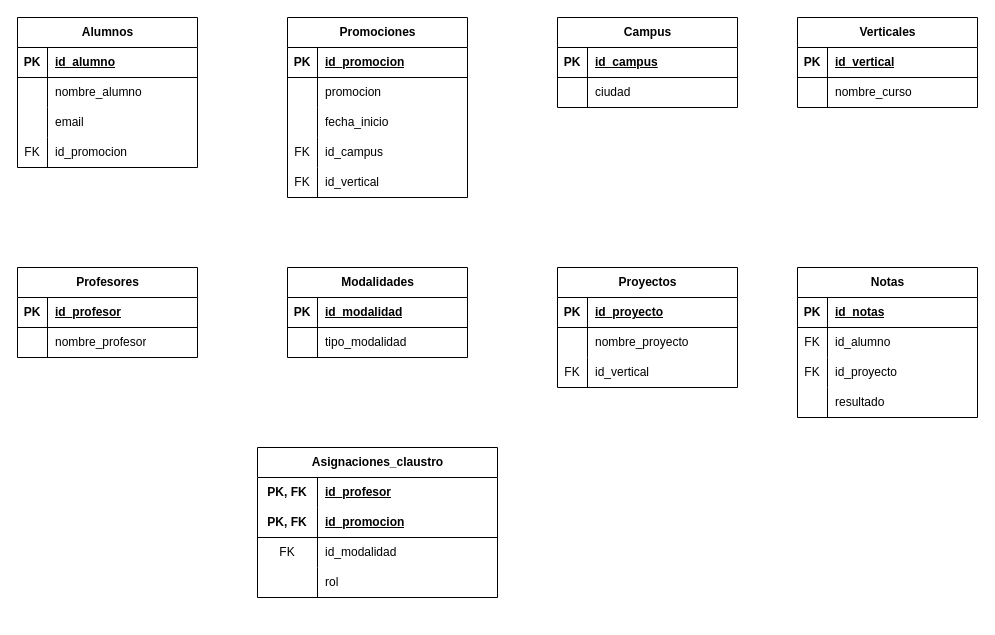
Before: page "MODELO_LOGICO" (1 of 2) of modelo-diagrama.drawio in pablo-droid/proyecto_sql_noviembre, a draw.io diagram. Source tidied: cells renumbered, new cells numbered last; positions are measured from the earlier drawing's top-left corner, leaving out a move shared by most shapes. Both pictures are drawn from the tidied source at 100%, with x=0, y=0 at pixel (17, 17).
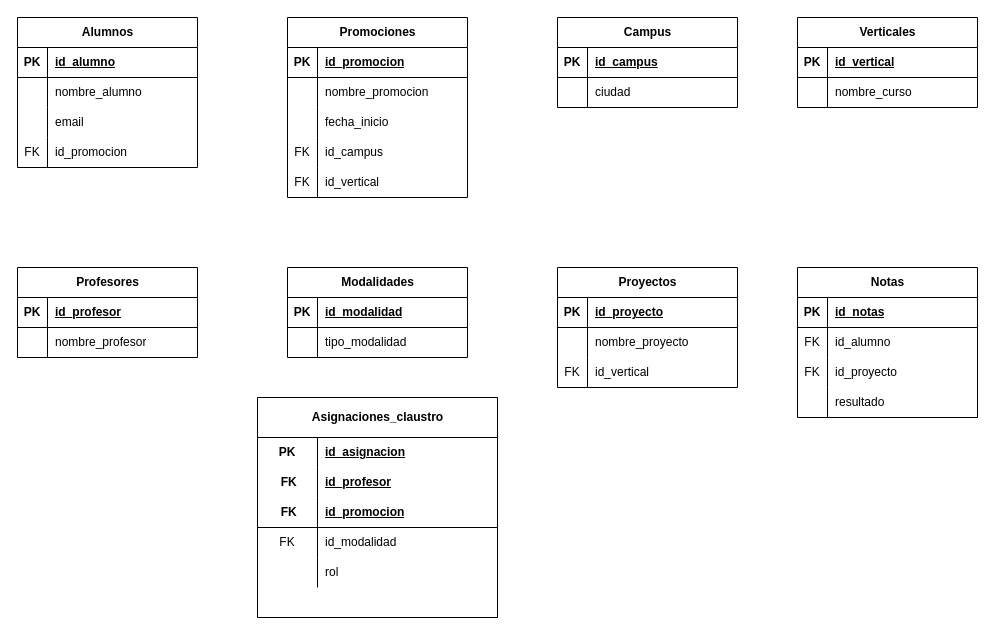
Above is the later version.

The change refers to these unchanged cells:
```xml
<mxCell id="19" style="shape=tableRow;horizontal=0;startSize=0;swimlaneHead=0;swimlaneBody=0;fillColor=none;top=0;left=0;right=0;bottom=0;" parent="15" vertex="1">
  <mxGeometry y="60" width="180" height="30" as="geometry" />
</mxCell>
```

Change to the diagram source:
```diff
@@
-    <mxCell id="21" value="promocion" style="shape=partialRectangle;fillColor=none;top=0;left=0;bottom=0;right=0;align=left;spacingLeft=6;overflow=hidden;whiteSpace=wrap;html=1;" parent="19" vertex="1">
+    <mxCell id="21" value="nombre_promocion" style="shape=partialRectangle;fillColor=none;top=0;left=0;bottom=0;right=0;align=left;spacingLeft=6;overflow=hidden;whiteSpace=wrap;html=1;" parent="19" vertex="1">
       <mxGeometry x="30" width="150" height="30" as="geometry" />
     </mxCell>
@@
-    <mxCell id="82" value="Asignaciones_claustro" style="shape=table;startSize=30;childLayout=tableLayout;rowLines=0;fontStyle=1;align=center;html=1;" parent="1" vertex="1">
-      <mxGeometry x="240" y="430" width="240" height="150" as="geometry" />
+    <mxCell id="82" value="Asignaciones_claustro" style="shape=table;startSize=40;childLayout=tableLayout;rowLines=0;fontStyle=1;align=center;html=1;" parent="1" vertex="1">
+      <mxGeometry x="240" y="380" width="240" height="220" as="geometry" />
     </mxCell>
+    <mxCell id="95" style="shape=tableRow;horizontal=0;startSize=0;swimlaneHead=0;swimlaneBody=0;fillColor=none;top=0;left=0;right=0;bottom=0;" parent="82" vertex="1">
+      <mxGeometry y="40" width="240" height="30" as="geometry" />
+    </mxCell>
+    <mxCell id="96" value="PK" style="shape=partialRectangle;fillColor=none;top=0;left=0;bottom=0;right=0;fontStyle=1;overflow=hidden;whiteSpace=wrap;html=1;" parent="95" vertex="1">
+      <mxGeometry width="60" height="30" as="geometry" />
+    </mxCell>
+    <mxCell id="97" value="id_asignacion" style="shape=partialRectangle;fillColor=none;top=0;left=0;bottom=0;right=0;align=left;spacingLeft=6;fontStyle=5;overflow=hidden;whiteSpace=wrap;html=1;" parent="95" vertex="1">
+      <mxGeometry x="60" width="180" height="30" as="geometry" />
+    </mxCell>
     <mxCell id="83" style="shape=tableRow;horizontal=0;startSize=0;swimlaneHead=0;swimlaneBody=0;fillColor=none;top=0;left=0;right=0;bottom=0;" parent="82" vertex="1">
-      <mxGeometry y="30" width="240" height="30" as="geometry" />
+      <mxGeometry y="70" width="240" height="30" as="geometry" />
     </mxCell>
-    <mxCell id="84" value="PK, FK" style="shape=partialRectangle;fillColor=none;top=0;left=0;bottom=0;right=0;fontStyle=1;overflow=hidden;whiteSpace=wrap;html=1;" parent="83" vertex="1">
+    <mxCell id="84" value="&amp;nbsp;FK" style="shape=partialRectangle;fillColor=none;top=0;left=0;bottom=0;right=0;fontStyle=1;overflow=hidden;whiteSpace=wrap;html=1;" parent="83" vertex="1">
       <mxGeometry width="60" height="30" as="geometry" />
     </mxCell>
@@
     <mxCell id="86" style="shape=tableRow;horizontal=0;startSize=0;swimlaneHead=0;swimlaneBody=0;fillColor=none;top=0;left=0;right=0;bottom=1;" parent="82" vertex="1">
-      <mxGeometry y="60" width="240" height="30" as="geometry" />
+      <mxGeometry y="100" width="240" height="30" as="geometry" />
     </mxCell>
-    <mxCell id="87" value="PK, FK" style="shape=partialRectangle;fillColor=none;top=0;left=0;bottom=0;right=0;fontStyle=1;overflow=hidden;whiteSpace=wrap;html=1;" parent="86" vertex="1">
+    <mxCell id="87" value="&amp;nbsp;FK" style="shape=partialRectangle;fillColor=none;top=0;left=0;bottom=0;right=0;fontStyle=1;overflow=hidden;whiteSpace=wrap;html=1;" parent="86" vertex="1">
       <mxGeometry width="60" height="30" as="geometry" />
     </mxCell>
@@
     <mxCell id="89" style="shape=tableRow;horizontal=0;startSize=0;swimlaneHead=0;swimlaneBody=0;fillColor=none;top=0;left=0;right=0;bottom=0;" parent="82" vertex="1">
-      <mxGeometry y="90" width="240" height="30" as="geometry" />
+      <mxGeometry y="130" width="240" height="30" as="geometry" />
     </mxCell>
@@
     <mxCell id="92" style="shape=tableRow;horizontal=0;startSize=0;swimlaneHead=0;swimlaneBody=0;fillColor=none;top=0;left=0;right=0;bottom=0;" parent="82" vertex="1">
-      <mxGeometry y="120" width="240" height="30" as="geometry" />
+      <mxGeometry y="160" width="240" height="30" as="geometry" />
     </mxCell>
```
